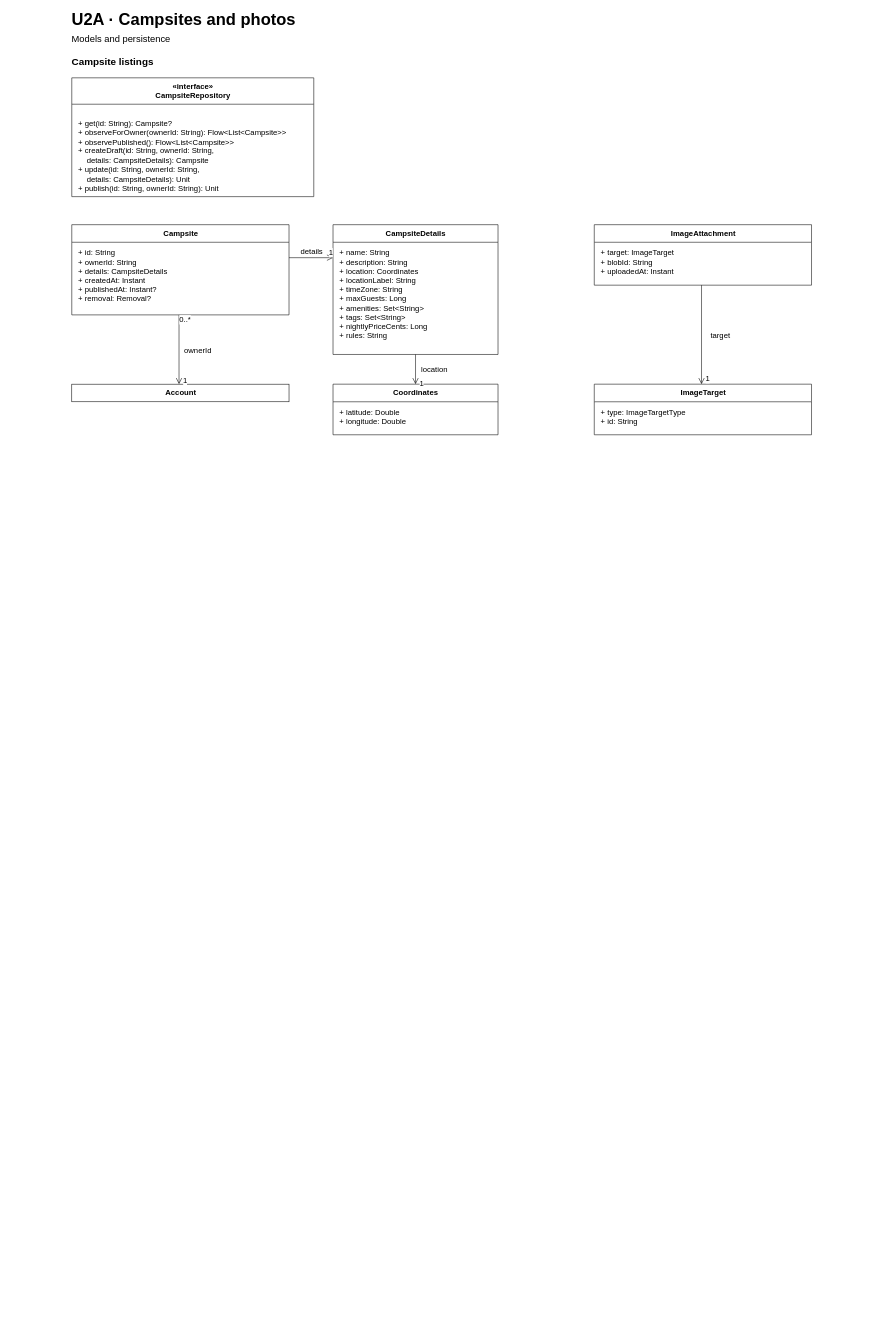
CMPUT301F26stderr/stderr-campsbridge keeps this draw.io diagram as page "UML_Diagram" (4 of 4) of doc/UML.drawio. Above is the earlier version. Source tidied: cells renumbered, new cells numbered last; positions are measured from the earlier drawing's top-left corner, leaving out a move shared by most shapes. Both pictures are drawn from the tidied source at 55%, with x=0, y=0 at pixel (72, 11).
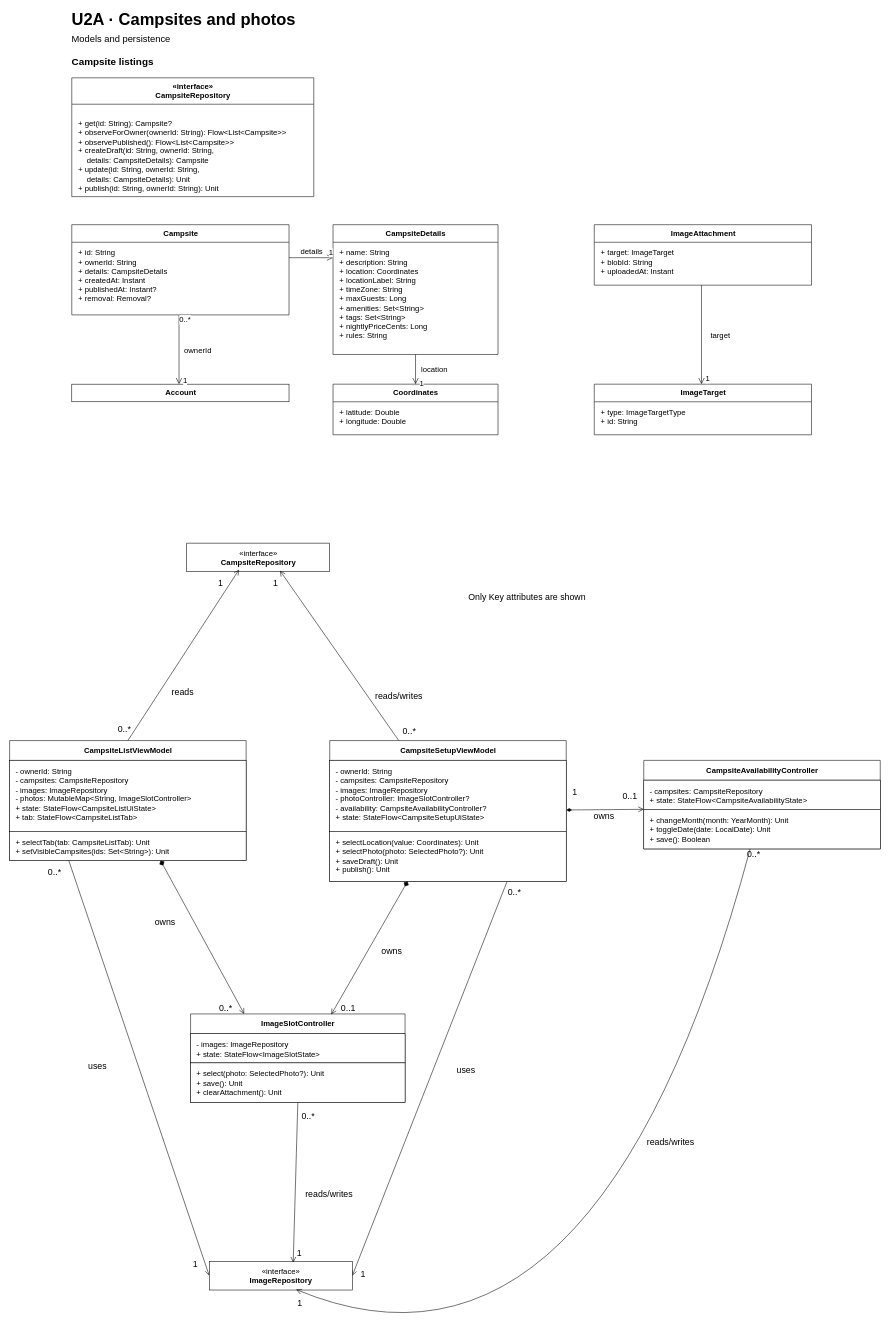
After the change.

Commit message:
added U2B to full diagram

Diff of the diagram source:
```diff
@@
+    <mxCell id="43" style="edgeStyle=none;curved=1;rounded=0;curveGeometry=1;jettySize=auto;html=1;entryX=0.25;entryY=0;entryDx=0;entryDy=0;fontSize=12;defaultLabelBackgroundColor=page;startSize=8;endSize=8;startArrow=diamond;startFill=1;endArrow=open;endFill=0;" parent="1" edge="1" source="45" target="62">
+      <mxGeometry relative="1" as="geometry" />
+    </mxCell>
+    <mxCell id="44" style="edgeStyle=none;curved=1;rounded=0;curveGeometry=1;jettySize=auto;html=1;exitX=0.25;exitY=1;exitDx=0;exitDy=0;entryX=0;entryY=0.5;entryDx=0;entryDy=0;fontSize=12;defaultLabelBackgroundColor=page;startSize=8;endSize=8;endArrow=open;endFill=0;" parent="1" edge="1" source="45" target="70">
+      <mxGeometry relative="1" as="geometry" />
+    </mxCell>
+    <mxCell id="45" value="&lt;b&gt;CampsiteListViewModel&lt;/b&gt;" style="html=1;rounded=0;fontFamily=Arial;fontSize=14;fontColor=#000000;strokeWidth=1;fillColor=#ffffff;strokeColor=#000000;shape=swimlane;startSize=36;swimlaneFillColor=#ffffff;" parent="1" vertex="1">
+      <mxGeometry x="-113" y="1326" width="430" height="218" as="geometry" />
+    </mxCell>
+    <mxCell id="46" value="- ownerId: String&lt;br&gt;- campsites: CampsiteRepository&lt;br&gt;- images: ImageRepository&lt;br&gt;- photos: MutableMap&amp;lt;String, ImageSlotController&amp;gt;&lt;br&gt;+ state: StateFlow&amp;lt;CampsiteListUiState&amp;gt;&lt;br&gt;+ tab: StateFlow&amp;lt;CampsiteListTab&amp;gt;" style="html=1;rounded=0;fontFamily=Arial;fontSize=14;fontColor=#000000;strokeWidth=1;fillColor=#ffffff;strokeColor=#000000;align=left;verticalAlign=top;spacingLeft=9;spacingTop=5;" parent="45" vertex="1">
+      <mxGeometry y="36" width="430" height="129" as="geometry" />
+    </mxCell>
+    <mxCell id="47" value="+ selectTab(tab: CampsiteListTab): Unit&lt;br&gt;+ setVisibleCampsites(ids: Set&amp;lt;String&amp;gt;): Unit" style="html=1;rounded=0;fontFamily=Arial;fontSize=14;fontColor=#000000;strokeWidth=1;fillColor=#ffffff;strokeColor=#000000;align=left;verticalAlign=top;spacingLeft=9;spacingTop=5;" parent="45" vertex="1">
+      <mxGeometry y="165" width="430" height="53" as="geometry" />
+    </mxCell>
+    <mxCell id="48" style="edgeStyle=none;curved=1;rounded=0;curveGeometry=1;jettySize=auto;html=1;exitX=0.75;exitY=1;exitDx=0;exitDy=0;entryX=1;entryY=0.5;entryDx=0;entryDy=0;fontSize=12;defaultLabelBackgroundColor=page;startSize=8;endSize=8;endArrow=open;endFill=0;" parent="1" edge="1" source="50" target="70">
+      <mxGeometry relative="1" as="geometry" />
+    </mxCell>
+    <mxCell id="49" style="edgeStyle=none;curved=1;rounded=0;curveGeometry=1;jettySize=auto;html=1;entryX=0;entryY=0;entryDx=0;entryDy=0;fontSize=12;defaultLabelBackgroundColor=page;startSize=8;endSize=8;startArrow=diamondThin;startFill=1;endArrow=open;endFill=0;" parent="1" edge="1" source="50" target="83">
+      <mxGeometry relative="1" as="geometry" />
+    </mxCell>
+    <mxCell id="50" value="&lt;b&gt;CampsiteSetupViewModel&lt;/b&gt;" style="html=1;rounded=0;fontFamily=Arial;fontSize=14;fontColor=#000000;strokeWidth=1;fillColor=#ffffff;strokeColor=#000000;shape=swimlane;startSize=36;swimlaneFillColor=#ffffff;" parent="1" vertex="1">
+      <mxGeometry x="469" y="1326" width="430" height="256" as="geometry" />
+    </mxCell>
+    <mxCell id="51" value="- ownerId: String&lt;br&gt;- campsites: CampsiteRepository&lt;br&gt;- images: ImageRepository&lt;br&gt;- photoController: ImageSlotController?&lt;br&gt;- availability: CampsiteAvailabilityController?&lt;br&gt;+ state: StateFlow&amp;lt;CampsiteSetupUiState&amp;gt;" style="html=1;rounded=0;fontFamily=Arial;fontSize=14;fontColor=#000000;strokeWidth=1;fillColor=#ffffff;strokeColor=#000000;align=left;verticalAlign=top;spacingLeft=9;spacingTop=5;" parent="50" vertex="1">
+      <mxGeometry y="36" width="430" height="129" as="geometry" />
+    </mxCell>
+    <mxCell id="52" value="+ selectLocation(value: Coordinates): Unit&lt;br&gt;+ selectPhoto(photo: SelectedPhoto?): Unit&lt;br&gt;+ saveDraft(): Unit&lt;br&gt;+ publish(): Unit" style="html=1;rounded=0;fontFamily=Arial;fontSize=14;fontColor=#000000;strokeWidth=1;fillColor=#ffffff;strokeColor=#000000;align=left;verticalAlign=top;spacingLeft=9;spacingTop=5;" parent="50" vertex="1">
+      <mxGeometry y="165" width="430" height="91" as="geometry" />
+    </mxCell>
+    <mxCell id="53" value="&lt;div&gt;«interface»&lt;/div&gt;&lt;b&gt;CampsiteRepository&lt;/b&gt;" style="html=1;rounded=0;fontFamily=Arial;fontSize=14;fontColor=#000000;strokeWidth=1;fillColor=#ffffff;strokeColor=#000000;" parent="1" vertex="1">
+      <mxGeometry x="209" y="967" width="260" height="52" as="geometry" />
+    </mxCell>
+    <mxCell id="54" style="edgeStyle=none;curved=1;rounded=0;curveGeometry=1;jettySize=auto;html=1;exitX=0.5;exitY=0;exitDx=0;exitDy=0;entryX=0.366;entryY=0.926;entryDx=0;entryDy=0;entryPerimeter=0;fontSize=12;defaultLabelBackgroundColor=page;startSize=8;endSize=8;endArrow=open;endFill=0;" parent="1" edge="1" source="45" target="53">
+      <mxGeometry relative="1" as="geometry" />
+    </mxCell>
+    <mxCell id="55" style="edgeStyle=none;curved=1;rounded=0;curveGeometry=1;jettySize=auto;html=1;entryX=0.652;entryY=0.963;entryDx=0;entryDy=0;entryPerimeter=0;fontSize=12;defaultLabelBackgroundColor=page;startSize=8;endSize=8;endArrow=open;endFill=0;" parent="1" edge="1" source="50" target="53">
+      <mxGeometry relative="1" as="geometry" />
+    </mxCell>
+    <mxCell id="56" value="reads" style="text;html=1;whiteSpace=wrap;strokeColor=none;fillColor=none;align=center;verticalAlign=middle;rounded=0;fontSize=16;" parent="1" vertex="1">
+      <mxGeometry x="172" y="1222" width="60" height="30" as="geometry" />
+    </mxCell>
+    <mxCell id="57" value="reads/writes" style="text;html=1;whiteSpace=wrap;strokeColor=none;fillColor=none;align=center;verticalAlign=middle;rounded=0;fontSize=16;" parent="1" vertex="1">
+      <mxGeometry x="565" y="1230" width="60" height="30" as="geometry" />
+    </mxCell>
+    <mxCell id="58" value="1" style="text;html=1;whiteSpace=wrap;strokeColor=none;fillColor=none;align=center;verticalAlign=middle;rounded=0;fontSize=16;" parent="1" vertex="1">
+      <mxGeometry x="341" y="1024" width="60" height="30" as="geometry" />
+    </mxCell>
+    <mxCell id="59" value="0..*" style="text;html=1;whiteSpace=wrap;strokeColor=none;fillColor=none;align=center;verticalAlign=middle;rounded=0;fontSize=16;" parent="1" vertex="1">
+      <mxGeometry x="584" y="1294" width="60" height="30" as="geometry" />
+    </mxCell>
+    <mxCell id="60" value="0..*" style="text;html=1;whiteSpace=wrap;strokeColor=none;fillColor=none;align=center;verticalAlign=middle;rounded=0;fontSize=16;" parent="1" vertex="1">
+      <mxGeometry x="66" y="1290" width="60" height="30" as="geometry" />
+    </mxCell>
+    <mxCell id="61" value="1" style="text;html=1;whiteSpace=wrap;strokeColor=none;fillColor=none;align=center;verticalAlign=middle;rounded=0;fontSize=16;" parent="1" vertex="1">
+      <mxGeometry x="241" y="1024" width="60" height="30" as="geometry" />
+    </mxCell>
+    <mxCell id="62" value="&lt;b&gt;ImageSlotController&lt;/b&gt;" style="html=1;rounded=0;fontFamily=Arial;fontSize=14;fontColor=#000000;strokeWidth=1;fillColor=#ffffff;strokeColor=#000000;shape=swimlane;startSize=36;swimlaneFillColor=#ffffff;" parent="1" vertex="1">
+      <mxGeometry x="216" y="1823" width="390" height="161" as="geometry" />
+    </mxCell>
+    <mxCell id="63" value="- images: ImageRepository&lt;br&gt;+ state: StateFlow&amp;lt;ImageSlotState&amp;gt;" style="html=1;rounded=0;fontFamily=Arial;fontSize=14;fontColor=#000000;strokeWidth=1;fillColor=#ffffff;strokeColor=#000000;align=left;verticalAlign=top;spacingLeft=9;spacingTop=5;" parent="62" vertex="1">
+      <mxGeometry y="36" width="390" height="53" as="geometry" />
+    </mxCell>
+    <mxCell id="64" value="+ select(photo: SelectedPhoto?): Unit&lt;br&gt;+ save(): Unit&lt;br&gt;+ clearAttachment(): Unit" style="html=1;rounded=0;fontFamily=Arial;fontSize=14;fontColor=#000000;strokeWidth=1;fillColor=#ffffff;strokeColor=#000000;align=left;verticalAlign=top;spacingLeft=9;spacingTop=5;" parent="62" vertex="1">
+      <mxGeometry y="89" width="390" height="72" as="geometry" />
+    </mxCell>
+    <mxCell id="65" style="edgeStyle=none;curved=1;rounded=0;curveGeometry=1;jettySize=auto;html=1;entryX=0.656;entryY=0.006;entryDx=0;entryDy=0;entryPerimeter=0;fontSize=12;defaultLabelBackgroundColor=page;startSize=8;endSize=8;startArrow=diamond;startFill=1;endArrow=open;endFill=0;flowAnimation=0;" parent="1" edge="1" source="50" target="62">
+      <mxGeometry relative="1" as="geometry" />
+    </mxCell>
+    <mxCell id="66" value="0..*" style="text;html=1;whiteSpace=wrap;strokeColor=none;fillColor=none;align=center;verticalAlign=middle;rounded=0;fontSize=16;" parent="1" vertex="1">
+      <mxGeometry x="250" y="1797" width="60" height="30" as="geometry" />
+    </mxCell>
+    <mxCell id="67" value="owns" style="text;html=1;whiteSpace=wrap;strokeColor=none;fillColor=none;align=center;verticalAlign=middle;rounded=0;fontSize=16;" parent="1" vertex="1">
+      <mxGeometry x="140" y="1641" width="60" height="30" as="geometry" />
+    </mxCell>
+    <mxCell id="68" value="0..1" style="text;html=1;whiteSpace=wrap;strokeColor=none;fillColor=none;align=center;verticalAlign=middle;rounded=0;fontSize=16;" parent="1" vertex="1">
+      <mxGeometry x="473" y="1798" width="60" height="30" as="geometry" />
+    </mxCell>
+    <mxCell id="69" value="owns" style="text;html=1;whiteSpace=wrap;strokeColor=none;fillColor=none;align=center;verticalAlign=middle;rounded=0;fontSize=16;" parent="1" vertex="1">
+      <mxGeometry x="552" y="1693" width="60" height="30" as="geometry" />
+    </mxCell>
+    <mxCell id="70" value="&lt;div&gt;«interface»&lt;/div&gt;&lt;b&gt;ImageRepository&lt;/b&gt;" style="html=1;rounded=0;fontFamily=Arial;fontSize=14;fontColor=#000000;strokeWidth=1;fillColor=#ffffff;strokeColor=#000000;" parent="1" vertex="1">
+      <mxGeometry x="250" y="2273" width="260" height="52" as="geometry" />
+    </mxCell>
+    <mxCell id="71" style="edgeStyle=none;curved=1;rounded=0;curveGeometry=1;jettySize=auto;html=1;exitX=0.5;exitY=1;exitDx=0;exitDy=0;entryX=0.587;entryY=0.038;entryDx=0;entryDy=0;entryPerimeter=0;fontSize=12;defaultLabelBackgroundColor=page;startSize=8;endSize=8;endArrow=open;endFill=0;" parent="1" edge="1" source="62" target="70">
+      <mxGeometry relative="1" as="geometry" />
+    </mxCell>
+    <mxCell id="72" value="reads/writes" style="text;html=1;whiteSpace=wrap;strokeColor=none;fillColor=none;align=center;verticalAlign=middle;rounded=0;fontSize=16;" parent="1" vertex="1">
+      <mxGeometry x="438" y="2136" width="60" height="30" as="geometry" />
+    </mxCell>
+    <mxCell id="73" value="1" style="text;html=1;whiteSpace=wrap;strokeColor=none;fillColor=none;align=center;verticalAlign=middle;rounded=0;fontSize=16;" parent="1" vertex="1">
+      <mxGeometry x="384" y="2243" width="60" height="30" as="geometry" />
+    </mxCell>
+    <mxCell id="74" value="0..*" style="text;html=1;whiteSpace=wrap;strokeColor=none;fillColor=none;align=center;verticalAlign=middle;rounded=0;fontSize=16;" parent="1" vertex="1">
+      <mxGeometry x="400" y="1993" width="60" height="30" as="geometry" />
+    </mxCell>
+    <mxCell id="75" value="uses" style="text;html=1;whiteSpace=wrap;strokeColor=none;fillColor=none;align=center;verticalAlign=middle;rounded=0;fontSize=16;" parent="1" vertex="1">
+      <mxGeometry x="687" y="1909" width="60" height="30" as="geometry" />
+    </mxCell>
+    <mxCell id="76" value="uses" style="text;html=1;whiteSpace=wrap;strokeColor=none;fillColor=none;align=center;verticalAlign=middle;rounded=0;fontSize=16;" parent="1" vertex="1">
+      <mxGeometry x="17" y="1903" width="60" height="30" as="geometry" />
+    </mxCell>
+    <mxCell id="77" value="0..*" style="text;html=1;whiteSpace=wrap;strokeColor=none;fillColor=none;align=center;verticalAlign=middle;rounded=0;fontSize=16;" parent="1" vertex="1">
+      <mxGeometry x="775" y="1587" width="60" height="30" as="geometry" />
+    </mxCell>
+    <mxCell id="78" value="0..*" style="text;html=1;whiteSpace=wrap;strokeColor=none;fillColor=none;align=center;verticalAlign=middle;rounded=0;fontSize=16;" parent="1" vertex="1">
+      <mxGeometry x="-61" y="1549" width="60" height="30" as="geometry" />
+    </mxCell>
+    <mxCell id="79" value="1" style="text;html=1;whiteSpace=wrap;strokeColor=none;fillColor=none;align=center;verticalAlign=middle;rounded=0;fontSize=16;" parent="1" vertex="1">
+      <mxGeometry x="500" y="2280" width="60" height="30" as="geometry" />
+    </mxCell>
+    <mxCell id="80" value="1" style="text;html=1;whiteSpace=wrap;strokeColor=none;fillColor=none;align=center;verticalAlign=middle;rounded=0;fontSize=16;" parent="1" vertex="1">
+      <mxGeometry x="195" y="2262" width="60" height="30" as="geometry" />
+    </mxCell>
+    <mxCell id="81" value="&lt;b&gt;CampsiteAvailabilityController&lt;/b&gt;" style="html=1;rounded=0;fontFamily=Arial;fontSize=14;fontColor=#000000;strokeWidth=1;fillColor=#ffffff;strokeColor=#000000;shape=swimlane;startSize=36;swimlaneFillColor=#ffffff;" parent="1" vertex="1">
+      <mxGeometry x="1040" y="1362" width="430" height="161" as="geometry" />
+    </mxCell>
+    <mxCell id="82" value="- campsites: CampsiteRepository&lt;br&gt;+ state: StateFlow&amp;lt;CampsiteAvailabilityState&amp;gt;" style="html=1;rounded=0;fontFamily=Arial;fontSize=14;fontColor=#000000;strokeWidth=1;fillColor=#ffffff;strokeColor=#000000;align=left;verticalAlign=top;spacingLeft=9;spacingTop=5;" parent="81" vertex="1">
+      <mxGeometry y="36" width="430" height="53" as="geometry" />
+    </mxCell>
+    <mxCell id="83" value="+ changeMonth(month: YearMonth): Unit&lt;br&gt;+ toggleDate(date: LocalDate): Unit&lt;br&gt;+ save(): Boolean" style="html=1;rounded=0;fontFamily=Arial;fontSize=14;fontColor=#000000;strokeWidth=1;fillColor=#ffffff;strokeColor=#000000;align=left;verticalAlign=top;spacingLeft=9;spacingTop=5;" parent="81" vertex="1">
+      <mxGeometry y="89" width="430" height="72" as="geometry" />
+    </mxCell>
+    <mxCell id="84" value="owns" style="text;html=1;whiteSpace=wrap;strokeColor=none;fillColor=none;align=center;verticalAlign=middle;rounded=0;fontSize=16;" parent="1" vertex="1">
+      <mxGeometry x="938" y="1448" width="60" height="30" as="geometry" />
+    </mxCell>
+    <mxCell id="85" value="1" style="text;html=1;whiteSpace=wrap;strokeColor=none;fillColor=none;align=center;verticalAlign=middle;rounded=0;fontSize=16;" parent="1" vertex="1">
+      <mxGeometry x="885" y="1405" width="60" height="30" as="geometry" />
+    </mxCell>
+    <mxCell id="86" value="0..1" style="text;html=1;whiteSpace=wrap;strokeColor=none;fillColor=none;align=center;verticalAlign=middle;rounded=0;fontSize=16;" parent="1" vertex="1">
+      <mxGeometry x="985" y="1411.5" width="60" height="30" as="geometry" />
+    </mxCell>
+    <mxCell id="87" style="edgeStyle=none;curved=1;rounded=0;curveGeometry=1;jettySize=auto;html=1;entryX=0.607;entryY=0.981;entryDx=0;entryDy=0;entryPerimeter=0;fontSize=12;defaultLabelBackgroundColor=page;startSize=8;endSize=8;endArrow=open;endFill=0;" parent="1" edge="1" source="81" target="70">
+      <mxGeometry relative="1" as="geometry">
+        <Array as="points">
+          <mxPoint x="957" y="2552.3" />
+        </Array>
+      </mxGeometry>
+    </mxCell>
+    <mxCell id="88" value="reads/writes" style="text;html=1;whiteSpace=wrap;strokeColor=none;fillColor=none;align=center;verticalAlign=middle;rounded=0;fontSize=16;" parent="1" vertex="1">
+      <mxGeometry x="1059" y="2041" width="60" height="30" as="geometry" />
+    </mxCell>
+    <mxCell id="89" value="0..*" style="text;html=1;whiteSpace=wrap;strokeColor=none;fillColor=none;align=center;verticalAlign=middle;rounded=0;fontSize=16;" parent="1" vertex="1">
+      <mxGeometry x="1210" y="1518" width="60" height="30" as="geometry" />
+    </mxCell>
+    <mxCell id="90" value="1" style="text;html=1;whiteSpace=wrap;strokeColor=none;fillColor=none;align=center;verticalAlign=middle;rounded=0;fontSize=16;" parent="1" vertex="1">
+      <mxGeometry x="385" y="2334" width="60" height="30" as="geometry" />
+    </mxCell>
+    <mxCell id="91" value="Only Key attributes are shown" style="text;html=1;whiteSpace=wrap;strokeColor=none;fillColor=none;align=center;verticalAlign=middle;rounded=0;fontSize=16;" parent="1" vertex="1">
+      <mxGeometry x="663" y="1049" width="330" height="30" as="geometry" />
+    </mxCell>
```
